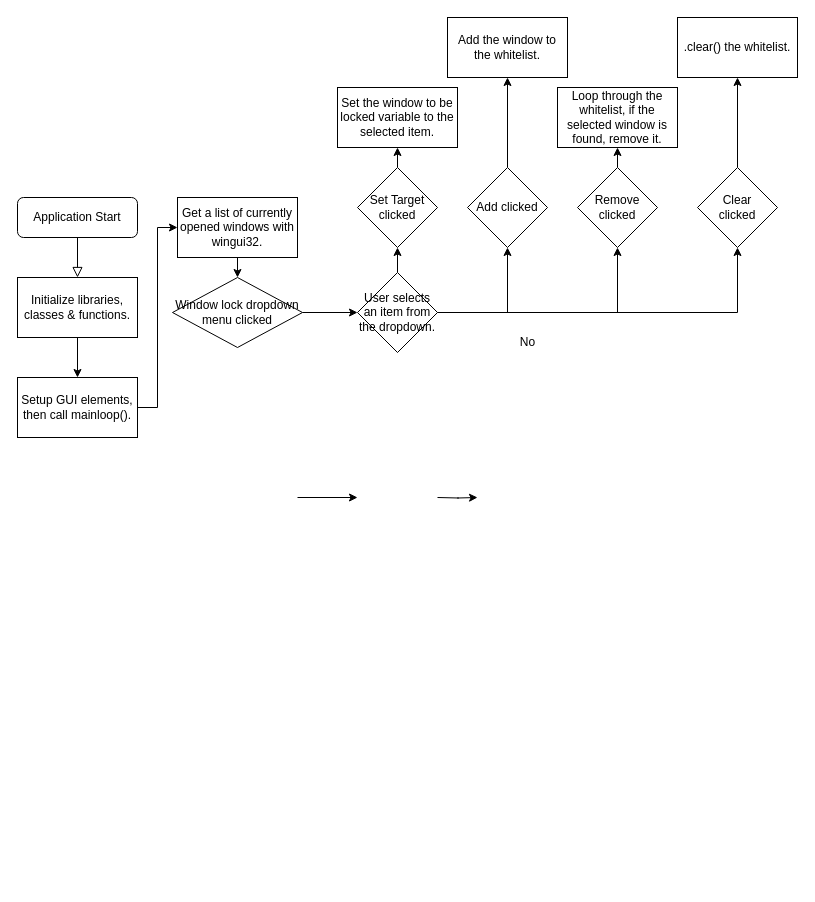
OveralZ/AS916-907 keeps this draw.io diagram as 91906-907 Flowchart.drawio. Above is the earlier version. Source tidied: cells renumbered, new cells numbered last; positions are measured from the earlier drawing's top-left corner, leaving out a move shared by most shapes. Both pictures are drawn from the tidied source at 100%, with x=0, y=0 at pixel (17, 17).
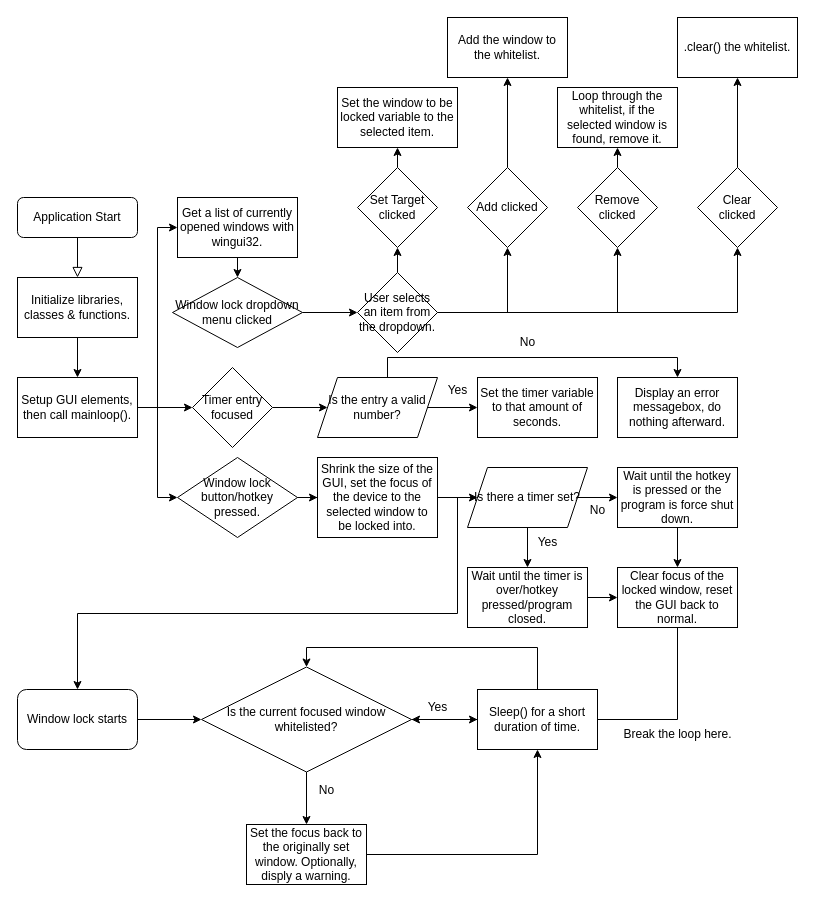
After the change.

Commit message:
Full functionality flowchart (iteration 2)

Unchanged cells that the change refers to:
```xml
<mxCell id="7" value="Setup GUI elements, then call mainloop()." style="rounded=0;whiteSpace=wrap;html=1;" parent="1" vertex="1">
  <mxGeometry y="360" width="120" height="60" as="geometry" />
</mxCell>
```

Change to the diagram source:
```diff
@@
+    <mxCell id="33" style="edgeStyle=orthogonalEdgeStyle;rounded=0;jettySize=auto;html=1;entryX=0;entryY=0.5;entryDx=0;entryDy=0;" parent="1" edge="1" source="7" target="35">
+      <mxGeometry relative="1" as="geometry" />
+    </mxCell>
+    <mxCell id="34" style="edgeStyle=orthogonalEdgeStyle;rounded=0;jettySize=auto;html=1;exitX=1;exitY=0.5;exitDx=0;exitDy=0;entryX=0;entryY=0.5;entryDx=0;entryDy=0;" parent="1" edge="1" source="7" target="41">
+      <mxGeometry relative="1" as="geometry" />
+    </mxCell>
@@
-    <mxCell id="18" style="edgeStyle=orthogonalEdgeStyle;rounded=0;orthogonalLoop=1;jettySize=auto;html=1;entryX=0;entryY=0.5;entryDx=0;entryDy=0;" parent="1" edge="1">
-      <mxGeometry relative="1" as="geometry">
-        <mxPoint x="280" y="480" as="sourcePoint" />
-        <mxPoint x="340" y="480" as="targetPoint" />
-      </mxGeometry>
+    <mxCell id="18" style="edgeStyle=orthogonalEdgeStyle;rounded=0;jettySize=auto;html=1;entryX=0;entryY=0.5;entryDx=0;entryDy=0;" parent="1" edge="1" source="35" target="37">
+      <mxGeometry relative="1" as="geometry" />
     </mxCell>
+    <mxCell id="35" value="Window lock button/hotkey pressed." style="rhombus;whiteSpace=wrap;html=1;" parent="1" vertex="1">
+      <mxGeometry x="160" y="440" width="120" height="80" as="geometry" />
+    </mxCell>
-    <mxCell id="19" style="edgeStyle=orthogonalEdgeStyle;rounded=0;orthogonalLoop=1;jettySize=auto;html=1;exitX=1;exitY=0.5;exitDx=0;exitDy=0;entryX=0;entryY=0.5;entryDx=0;entryDy=0;" parent="1" edge="1">
-      <mxGeometry relative="1" as="geometry">
-        <mxPoint x="420" y="480" as="sourcePoint" />
-        <mxPoint x="460" y="480" as="targetPoint" />
-      </mxGeometry>
+    <mxCell id="19" style="edgeStyle=orthogonalEdgeStyle;rounded=0;jettySize=auto;html=1;exitX=1;exitY=0.5;exitDx=0;exitDy=0;entryX=0;entryY=0.5;entryDx=0;entryDy=0;" parent="1" edge="1" source="37" target="39">
+      <mxGeometry relative="1" as="geometry" />
     </mxCell>
+    <mxCell id="36" style="edgeStyle=orthogonalEdgeStyle;rounded=0;jettySize=auto;html=1;exitX=1;exitY=0.5;exitDx=0;exitDy=0;entryX=0.5;entryY=0;entryDx=0;entryDy=0;" parent="1" edge="1" source="37" target="57">
+      <mxGeometry relative="1" as="geometry" />
+    </mxCell>
+    <mxCell id="37" value="Shrink the size of the GUI, set the focus of the device to the selected window to be locked into." style="rounded=0;whiteSpace=wrap;html=1;" parent="1" vertex="1">
+      <mxGeometry x="300" y="440" width="120" height="80" as="geometry" />
+    </mxCell>
-    <mxCell id="20" style="edgeStyle=orthogonalEdgeStyle;rounded=0;orthogonalLoop=1;jettySize=auto;html=1;exitX=1;exitY=0.5;exitDx=0;exitDy=0;" parent="1" edge="1">
-      <mxGeometry relative="1" as="geometry">
-        <mxPoint x="560" y="480" as="sourcePoint" />
-      </mxGeometry>
+    <mxCell id="20" style="edgeStyle=orthogonalEdgeStyle;rounded=0;jettySize=auto;html=1;exitX=1;exitY=0.5;exitDx=0;exitDy=0;" parent="1" edge="1" source="39" target="49">
+      <mxGeometry relative="1" as="geometry" />
     </mxCell>
+    <mxCell id="38" style="edgeStyle=orthogonalEdgeStyle;rounded=0;jettySize=auto;html=1;exitX=0.5;exitY=1;exitDx=0;exitDy=0;entryX=0.5;entryY=0;entryDx=0;entryDy=0;" parent="1" edge="1" source="39" target="53">
+      <mxGeometry relative="1" as="geometry" />
+    </mxCell>
+    <mxCell id="39" value="Is there a timer set?" style="shape=parallelogram;perimeter=parallelogramPerimeter;whiteSpace=wrap;html=1;fixedSize=1;" parent="1" vertex="1">
+      <mxGeometry x="450" y="450" width="120" height="60" as="geometry" />
+    </mxCell>
+    <mxCell id="40" style="edgeStyle=orthogonalEdgeStyle;rounded=0;jettySize=auto;html=1;exitX=1;exitY=0.5;exitDx=0;exitDy=0;entryX=0;entryY=0.5;entryDx=0;entryDy=0;" parent="1" edge="1" source="41" target="44">
+      <mxGeometry relative="1" as="geometry" />
+    </mxCell>
+    <mxCell id="41" value="Timer entry focused" style="rhombus;whiteSpace=wrap;html=1;" parent="1" vertex="1">
+      <mxGeometry x="175" y="350" width="80" height="80" as="geometry" />
+    </mxCell>
+    <mxCell id="42" style="edgeStyle=orthogonalEdgeStyle;rounded=0;jettySize=auto;html=1;entryX=0;entryY=0.5;entryDx=0;entryDy=0;" parent="1" edge="1" source="44" target="45">
+      <mxGeometry relative="1" as="geometry" />
+    </mxCell>
+    <mxCell id="43" style="edgeStyle=orthogonalEdgeStyle;rounded=0;jettySize=auto;html=1;entryX=0.5;entryY=0;entryDx=0;entryDy=0;" parent="1" edge="1" source="44" target="47">
+      <mxGeometry relative="1" as="geometry">
+        <Array as="points">
+          <mxPoint x="370" y="340" />
+          <mxPoint x="660" y="340" />
+        </Array>
+      </mxGeometry>
+    </mxCell>
+    <mxCell id="44" value="Is the entry a valid number?" style="shape=parallelogram;perimeter=parallelogramPerimeter;whiteSpace=wrap;html=1;fixedSize=1;" parent="1" vertex="1">
+      <mxGeometry x="300" y="360" width="120" height="60" as="geometry" />
+    </mxCell>
+    <mxCell id="45" value="Set the timer variable to that amount of seconds." style="rounded=0;whiteSpace=wrap;html=1;" parent="1" vertex="1">
+      <mxGeometry x="460" y="360" width="120" height="60" as="geometry" />
+    </mxCell>
+    <mxCell id="46" value="Yes" style="text;html=1;align=center;verticalAlign=middle;strokeColor=none;fillColor=none;" parent="1" vertex="1">
+      <mxGeometry x="420" y="358" width="40" height="30" as="geometry" />
+    </mxCell>
+    <mxCell id="47" value="Display an error messagebox, do nothing afterward." style="rounded=0;whiteSpace=wrap;html=1;" parent="1" vertex="1">
+      <mxGeometry x="600" y="360" width="120" height="60" as="geometry" />
+    </mxCell>
@@
+    <mxCell id="48" style="edgeStyle=orthogonalEdgeStyle;rounded=0;jettySize=auto;html=1;exitX=0.5;exitY=1;exitDx=0;exitDy=0;entryX=0.5;entryY=0;entryDx=0;entryDy=0;" parent="1" edge="1" source="49" target="55">
+      <mxGeometry relative="1" as="geometry" />
+    </mxCell>
+    <mxCell id="49" value="Wait until the hotkey is pressed or the program is force shut down." style="rounded=0;whiteSpace=wrap;html=1;" parent="1" vertex="1">
+      <mxGeometry x="600" y="450" width="120" height="60" as="geometry" />
+    </mxCell>
+    <mxCell id="50" value="No" style="text;html=1;align=center;verticalAlign=middle;strokeColor=none;fillColor=none;" parent="1" vertex="1">
+      <mxGeometry x="560" y="478" width="40" height="30" as="geometry" />
+    </mxCell>
+    <mxCell id="51" value="Yes" style="text;html=1;align=center;verticalAlign=middle;strokeColor=none;fillColor=none;" parent="1" vertex="1">
+      <mxGeometry x="510" y="510" width="40" height="30" as="geometry" />
+    </mxCell>
+    <mxCell id="52" style="edgeStyle=orthogonalEdgeStyle;rounded=0;jettySize=auto;html=1;exitX=1;exitY=0.5;exitDx=0;exitDy=0;entryX=0;entryY=0.5;entryDx=0;entryDy=0;" parent="1" edge="1" source="53" target="55">
+      <mxGeometry relative="1" as="geometry" />
+    </mxCell>
+    <mxCell id="53" value="Wait until the timer is over/hotkey pressed/program closed." style="rounded=0;whiteSpace=wrap;html=1;" parent="1" vertex="1">
+      <mxGeometry x="450" y="550" width="120" height="60" as="geometry" />
+    </mxCell>
+    <mxCell id="54" style="edgeStyle=orthogonalEdgeStyle;rounded=0;jettySize=auto;html=1;exitX=0.5;exitY=1;exitDx=0;exitDy=0;entryX=1;entryY=0.5;entryDx=0;entryDy=0;" parent="1" edge="1" source="55" target="60">
+      <mxGeometry relative="1" as="geometry" />
+    </mxCell>
+    <mxCell id="55" value="Clear focus of the locked window, reset the GUI back to normal." style="rounded=0;whiteSpace=wrap;html=1;" parent="1" vertex="1">
+      <mxGeometry x="600" y="550" width="120" height="60" as="geometry" />
+    </mxCell>
+    <mxCell id="56" style="edgeStyle=orthogonalEdgeStyle;rounded=0;jettySize=auto;html=1;entryX=0;entryY=0.5;entryDx=0;entryDy=0;" parent="1" edge="1" source="57" target="60">
+      <mxGeometry relative="1" as="geometry" />
+    </mxCell>
+    <mxCell id="57" value="Window lock starts" style="rounded=1;whiteSpace=wrap;html=1;" parent="1" vertex="1">
+      <mxGeometry y="672" width="120" height="60" as="geometry" />
+    </mxCell>
+    <mxCell id="58" style="edgeStyle=orthogonalEdgeStyle;rounded=0;jettySize=auto;html=1;entryX=0;entryY=0.5;entryDx=0;entryDy=0;" parent="1" edge="1" source="60" target="62">
+      <mxGeometry relative="1" as="geometry" />
+    </mxCell>
+    <mxCell id="59" style="edgeStyle=orthogonalEdgeStyle;rounded=0;jettySize=auto;html=1;exitX=0.5;exitY=1;exitDx=0;exitDy=0;entryX=0.5;entryY=0;entryDx=0;entryDy=0;" parent="1" edge="1" source="60" target="65">
+      <mxGeometry relative="1" as="geometry" />
+    </mxCell>
+    <mxCell id="60" value="Is the current focused window whitelisted?" style="rhombus;whiteSpace=wrap;html=1;" parent="1" vertex="1">
+      <mxGeometry x="184" y="649.5" width="210" height="105" as="geometry" />
+    </mxCell>
+    <mxCell id="61" style="edgeStyle=orthogonalEdgeStyle;rounded=0;jettySize=auto;html=1;entryX=0.5;entryY=0;entryDx=0;entryDy=0;" parent="1" edge="1" source="62" target="60">
+      <mxGeometry relative="1" as="geometry">
+        <Array as="points">
+          <mxPoint x="520" y="630" />
+          <mxPoint x="289" y="630" />
+        </Array>
+      </mxGeometry>
+    </mxCell>
+    <mxCell id="62" value="Sleep() for a short duration of time." style="rounded=0;whiteSpace=wrap;html=1;" parent="1" vertex="1">
+      <mxGeometry x="460" y="672" width="120" height="60" as="geometry" />
+    </mxCell>
+    <mxCell id="63" value="Yes" style="text;html=1;align=center;verticalAlign=middle;strokeColor=none;fillColor=none;" parent="1" vertex="1">
+      <mxGeometry x="400" y="675" width="40" height="30" as="geometry" />
+    </mxCell>
+    <mxCell id="64" style="edgeStyle=orthogonalEdgeStyle;rounded=0;jettySize=auto;html=1;entryX=0.5;entryY=1;entryDx=0;entryDy=0;" parent="1" edge="1" source="65" target="62">
+      <mxGeometry relative="1" as="geometry" />
+    </mxCell>
+    <mxCell id="65" value="Set the focus back to the originally set window. Optionally, disply a warning." style="rounded=0;whiteSpace=wrap;html=1;" parent="1" vertex="1">
+      <mxGeometry x="229" y="807" width="120" height="60" as="geometry" />
+    </mxCell>
+    <mxCell id="66" value="No" style="text;html=1;align=center;verticalAlign=middle;strokeColor=none;fillColor=none;" parent="1" vertex="1">
+      <mxGeometry x="289" y="757.5" width="40" height="30" as="geometry" />
+    </mxCell>
+    <mxCell id="67" value="Break the loop here." style="text;html=1;align=center;verticalAlign=middle;strokeColor=none;fillColor=none;" parent="1" vertex="1">
+      <mxGeometry x="595" y="702" width="130" height="30" as="geometry" />
+    </mxCell>
```
